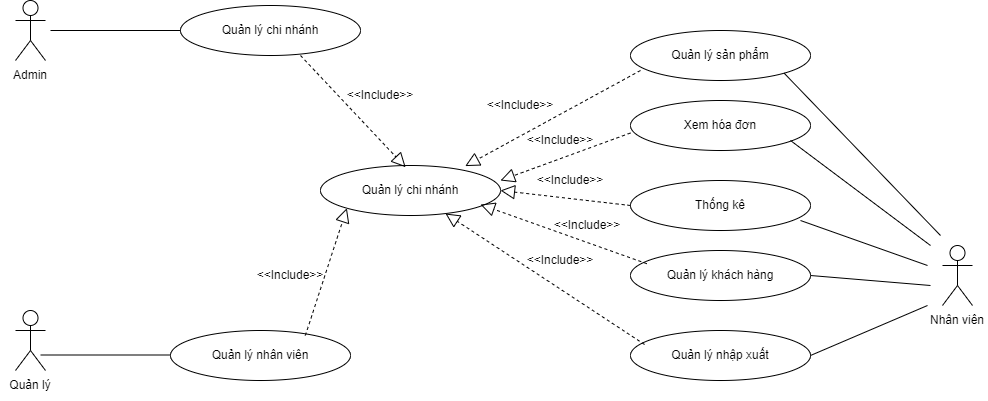
Above: Sơ Đồ UseCase.png in ChauCongTu/thiet-ke-linh-tinh (draw.io), before the change. Source tidied: cells renumbered, new cells last; positions are measured from the earlier drawing's top-left corner, leaving out a move shared by most shapes. Its diagram source:
```xml
<mxGraphModel>
  <root>
    <mxCell id="0" />
    <mxCell id="1" parent="0" />
    <mxCell id="2" value="Actor" style="shape=umlActor;verticalLabelPosition=bottom;verticalAlign=top;html=1;labelPadding=0;noLabel=1;" parent="1" vertex="1">
      <mxGeometry x="15" width="30" height="60" as="geometry" />
    </mxCell>
    <mxCell id="3" value="Admin" style="text;html=1;strokeColor=none;fillColor=none;align=center;verticalAlign=middle;whiteSpace=wrap;rounded=0;" parent="1" vertex="1">
      <mxGeometry y="60" width="60" height="30" as="geometry" />
    </mxCell>
    <mxCell id="4" value="Actor" style="shape=umlActor;verticalLabelPosition=bottom;verticalAlign=top;html=1;labelPadding=0;noLabel=1;" parent="1" vertex="1">
      <mxGeometry x="942" y="245" width="30" height="60" as="geometry" />
    </mxCell>
    <mxCell id="5" value="Nhân viên" style="text;html=1;strokeColor=none;fillColor=none;align=center;verticalAlign=middle;whiteSpace=wrap;rounded=0;" parent="1" vertex="1">
      <mxGeometry x="927" y="305" width="60" height="30" as="geometry" />
    </mxCell>
    <mxCell id="6" value="Actor" style="shape=umlActor;verticalLabelPosition=bottom;verticalAlign=top;html=1;labelPadding=0;noLabel=1;" parent="1" vertex="1">
      <mxGeometry x="15" y="310" width="30" height="60" as="geometry" />
    </mxCell>
    <mxCell id="7" value="Quản lý" style="text;html=1;strokeColor=none;fillColor=none;align=center;verticalAlign=middle;whiteSpace=wrap;rounded=0;" parent="1" vertex="1">
      <mxGeometry y="370" width="60" height="30" as="geometry" />
    </mxCell>
    <mxCell id="8" value="Quản lý chi nhánh" style="ellipse;whiteSpace=wrap;html=1;" parent="1" vertex="1">
      <mxGeometry x="180" y="5" width="180" height="50" as="geometry" />
    </mxCell>
    <mxCell id="9" value="Quản lý sản phẩm" style="ellipse;whiteSpace=wrap;html=1;" parent="1" vertex="1">
      <mxGeometry x="630" y="30" width="180" height="50" as="geometry" />
    </mxCell>
    <mxCell id="10" value="Quản lý nhập xuất" style="ellipse;whiteSpace=wrap;html=1;" parent="1" vertex="1">
      <mxGeometry x="630" y="330" width="180" height="50" as="geometry" />
    </mxCell>
    <mxCell id="11" value="Thống kê" style="ellipse;whiteSpace=wrap;html=1;" parent="1" vertex="1">
      <mxGeometry x="630" y="180" width="180" height="50" as="geometry" />
    </mxCell>
    <mxCell id="12" value="Quản lý nhân viên" style="ellipse;whiteSpace=wrap;html=1;" parent="1" vertex="1">
      <mxGeometry x="170" y="330" width="180" height="50" as="geometry" />
    </mxCell>
    <mxCell id="13" value="Xem hóa đơn" style="ellipse;whiteSpace=wrap;html=1;" parent="1" vertex="1">
      <mxGeometry x="630" y="100" width="180" height="50" as="geometry" />
    </mxCell>
    <mxCell id="14" style="endArrow=none;html=1;rounded=0;entryX=0;entryY=0.5;entryDx=0;entryDy=0;" parent="1" edge="1" target="8">
      <mxGeometry relative="1" as="geometry">
        <mxPoint x="50" y="30" as="sourcePoint" />
      </mxGeometry>
    </mxCell>
    <mxCell id="15" style="endArrow=none;html=1;rounded=0;entryX=0;entryY=0.5;entryDx=0;entryDy=0;" parent="1" edge="1">
      <mxGeometry relative="1" as="geometry">
        <mxPoint x="40" y="354.5" as="sourcePoint" />
        <mxPoint x="170" y="354.5" as="targetPoint" />
      </mxGeometry>
    </mxCell>
    <mxCell id="16" style="endArrow=none;html=1;rounded=0;exitX=1;exitY=1;exitDx=0;exitDy=0;" parent="1" edge="1" source="9">
      <mxGeometry relative="1" as="geometry">
        <mxPoint x="940" y="235" as="targetPoint" />
      </mxGeometry>
    </mxCell>
    <mxCell id="17" style="endArrow=none;html=1;rounded=0;" parent="1" edge="1">
      <mxGeometry relative="1" as="geometry">
        <mxPoint x="790" y="140" as="sourcePoint" />
        <mxPoint x="930" y="245" as="targetPoint" />
      </mxGeometry>
    </mxCell>
    <mxCell id="18" style="endArrow=none;html=1;rounded=0;" parent="1" edge="1">
      <mxGeometry relative="1" as="geometry">
        <mxPoint x="800" y="220" as="sourcePoint" />
        <mxPoint x="927" y="265" as="targetPoint" />
      </mxGeometry>
    </mxCell>
    <mxCell id="19" style="endArrow=none;html=1;rounded=0;exitX=1;exitY=0.5;exitDx=0;exitDy=0;startArrow=none;" parent="1" edge="1" source="22">
      <mxGeometry relative="1" as="geometry">
        <mxPoint x="930" y="285" as="targetPoint" />
      </mxGeometry>
    </mxCell>
    <mxCell id="20" style="endArrow=none;html=1;rounded=0;exitX=1;exitY=1;exitDx=0;exitDy=0;entryX=0;entryY=0;entryDx=0;entryDy=0;" parent="1" edge="1" target="5">
      <mxGeometry relative="1" as="geometry">
        <mxPoint x="810" y="355" as="sourcePoint" />
      </mxGeometry>
    </mxCell>
    <mxCell id="21" value="Quản lý chi nhánh" style="ellipse;whiteSpace=wrap;html=1;" parent="1" vertex="1">
      <mxGeometry x="320" y="165" width="180" height="50" as="geometry" />
    </mxCell>
    <mxCell id="22" value="Quản lý&amp;nbsp;khách hàng" style="ellipse;whiteSpace=wrap;html=1;" parent="1" vertex="1">
      <mxGeometry x="630" y="250" width="180" height="50" as="geometry" />
    </mxCell>
    <mxCell id="23" style="endArrow=block;dashed=1;endFill=0;endSize=12;html=1;rounded=0;entryX=0;entryY=0;entryDx=0;entryDy=0;exitX=1;exitY=1;exitDx=0;exitDy=0;" parent="1" edge="1">
      <mxGeometry relative="1" as="geometry">
        <mxPoint x="300" y="55" as="sourcePoint" />
        <mxPoint x="405.1" y="166.7" as="targetPoint" />
      </mxGeometry>
    </mxCell>
    <mxCell id="24" value="&amp;lt;&amp;lt;Include&amp;gt;&amp;gt;" style="text;html=1;strokeColor=none;fillColor=none;align=center;verticalAlign=middle;whiteSpace=wrap;rounded=0;" parent="1" vertex="1">
      <mxGeometry x="350" y="80" width="60" height="30" as="geometry" />
    </mxCell>
    <mxCell id="25" style="endArrow=block;dashed=1;endFill=0;endSize=12;html=1;rounded=0;entryX=0;entryY=1;entryDx=0;entryDy=0;exitX=1;exitY=1;exitDx=0;exitDy=0;" parent="1" edge="1" target="21">
      <mxGeometry relative="1" as="geometry">
        <mxPoint x="304.9" y="335" as="sourcePoint" />
      </mxGeometry>
    </mxCell>
    <mxCell id="26" style="endArrow=block;dashed=1;endFill=0;endSize=12;html=1;rounded=0;exitX=0.078;exitY=0.28;exitDx=0;exitDy=0;exitPerimeter=0;" parent="1" edge="1" source="10" target="21">
      <mxGeometry relative="1" as="geometry" />
    </mxCell>
    <mxCell id="27" style="endArrow=block;dashed=1;endFill=0;endSize=12;html=1;rounded=0;exitX=0.091;exitY=0.264;exitDx=0;exitDy=0;exitPerimeter=0;" parent="1" edge="1" source="22">
      <mxGeometry relative="1" as="geometry">
        <mxPoint x="480" y="204" as="targetPoint" />
      </mxGeometry>
    </mxCell>
    <mxCell id="28" style="endArrow=block;dashed=1;endFill=0;endSize=12;html=1;rounded=0;exitX=0;exitY=0.5;exitDx=0;exitDy=0;" parent="1" edge="1" source="11">
      <mxGeometry relative="1" as="geometry">
        <mxPoint x="500" y="190" as="targetPoint" />
      </mxGeometry>
    </mxCell>
    <mxCell id="29" style="endArrow=block;dashed=1;endFill=0;endSize=12;html=1;rounded=0;exitX=0;exitY=0.5;exitDx=0;exitDy=0;entryX=0.804;entryY=0.012;entryDx=0;entryDy=0;entryPerimeter=0;" parent="1" edge="1" target="21">
      <mxGeometry relative="1" as="geometry">
        <mxPoint x="640" y="70" as="sourcePoint" />
      </mxGeometry>
    </mxCell>
    <mxCell id="30" style="endArrow=block;dashed=1;endFill=0;endSize=12;html=1;rounded=0;exitX=0;exitY=0.5;exitDx=0;exitDy=0;entryX=1;entryY=0.3;entryDx=0;entryDy=0;entryPerimeter=0;" parent="1" edge="1" target="21">
      <mxGeometry relative="1" as="geometry">
        <mxPoint x="630" y="132.5" as="sourcePoint" />
      </mxGeometry>
    </mxCell>
    <mxCell id="31" value="&amp;lt;&amp;lt;Include&amp;gt;&amp;gt;" style="text;html=1;strokeColor=none;fillColor=none;align=center;verticalAlign=middle;whiteSpace=wrap;rounded=0;" parent="1" vertex="1">
      <mxGeometry x="260" y="260" width="60" height="30" as="geometry" />
    </mxCell>
    <mxCell id="32" value="&amp;lt;&amp;lt;Include&amp;gt;&amp;gt;" style="text;html=1;strokeColor=none;fillColor=none;align=center;verticalAlign=middle;whiteSpace=wrap;rounded=0;" parent="1" vertex="1">
      <mxGeometry x="490" y="90" width="60" height="30" as="geometry" />
    </mxCell>
    <mxCell id="33" value="&amp;lt;&amp;lt;Include&amp;gt;&amp;gt;" style="text;html=1;strokeColor=none;fillColor=none;align=center;verticalAlign=middle;whiteSpace=wrap;rounded=0;" parent="1" vertex="1">
      <mxGeometry x="530" y="130" width="60" height="20" as="geometry" />
    </mxCell>
    <mxCell id="34" value="&amp;lt;&amp;lt;Include&amp;gt;&amp;gt;" style="text;html=1;strokeColor=none;fillColor=none;align=center;verticalAlign=middle;whiteSpace=wrap;rounded=0;" parent="1" vertex="1">
      <mxGeometry x="540" y="170" width="60" height="20" as="geometry" />
    </mxCell>
    <mxCell id="35" value="&amp;lt;&amp;lt;Include&amp;gt;&amp;gt;" style="text;html=1;strokeColor=none;fillColor=none;align=center;verticalAlign=middle;whiteSpace=wrap;rounded=0;" parent="1" vertex="1">
      <mxGeometry x="557" y="215" width="60" height="20" as="geometry" />
    </mxCell>
    <mxCell id="36" value="&amp;lt;&amp;lt;Include&amp;gt;&amp;gt;" style="text;html=1;strokeColor=none;fillColor=none;align=center;verticalAlign=middle;whiteSpace=wrap;rounded=0;" parent="1" vertex="1">
      <mxGeometry x="530" y="250" width="60" height="20" as="geometry" />
    </mxCell>
  </root>
</mxGraphModel>
```
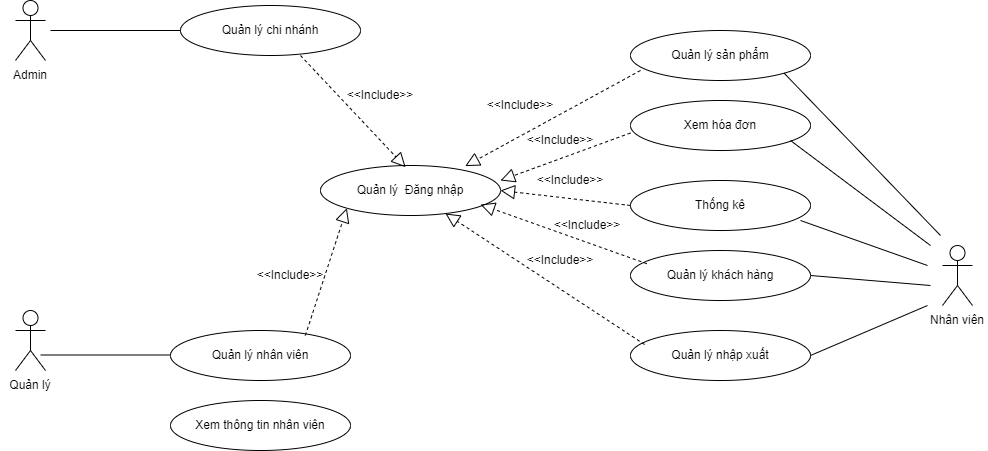
The same diagram one commit later.

Commit message:
Cập nhật Sơ Đồ UseCase.png

The edit, as a diff of the source:
```diff
@@ -76,7 +76,7 @@
         <mxPoint x="810" y="355" as="sourcePoint" />
       </mxGeometry>
     </mxCell>
-    <mxCell id="21" value="Quản lý chi nhánh" style="ellipse;whiteSpace=wrap;html=1;" parent="1" vertex="1">
+    <mxCell id="21" value="Quản lý&amp;nbsp; Đăng nhập" style="ellipse;whiteSpace=wrap;html=1;" parent="1" vertex="1">
       <mxGeometry x="320" y="165" width="180" height="50" as="geometry" />
     </mxCell>
     <mxCell id="22" value="Quản lý&amp;nbsp;khách hàng" style="ellipse;whiteSpace=wrap;html=1;" parent="1" vertex="1">
@@ -137,5 +137,8 @@
     <mxCell id="36" value="&amp;lt;&amp;lt;Include&amp;gt;&amp;gt;" style="text;html=1;strokeColor=none;fillColor=none;align=center;verticalAlign=middle;whiteSpace=wrap;rounded=0;" parent="1" vertex="1">
       <mxGeometry x="530" y="250" width="60" height="20" as="geometry" />
     </mxCell>
+    <mxCell id="37" value="Xem thông tin&amp;nbsp;nhân viên" style="ellipse;whiteSpace=wrap;html=1;" parent="1" vertex="1">
+      <mxGeometry x="170" y="400" width="180" height="50" as="geometry" />
+    </mxCell>
   </root>
 </mxGraphModel>
```
